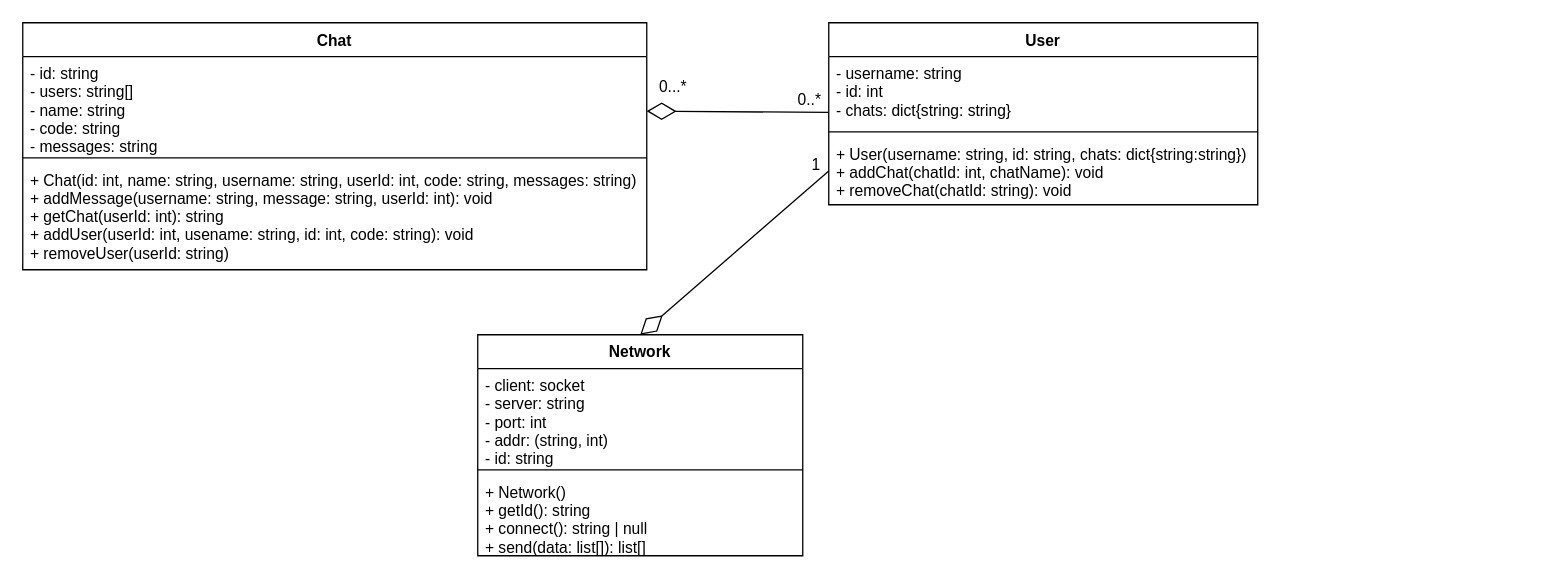
Before: ChatTogetherProject/UML/ClassDiagram.drawio in Mo27x/pyclan, a draw.io diagram. Source tidied: cells renumbered, new cells numbered last; positions are measured from the earlier drawing's top-left corner, leaving out a move shared by most shapes. Both pictures are drawn from the tidied source at 130%, with x=0, y=0 at pixel (22, 22).
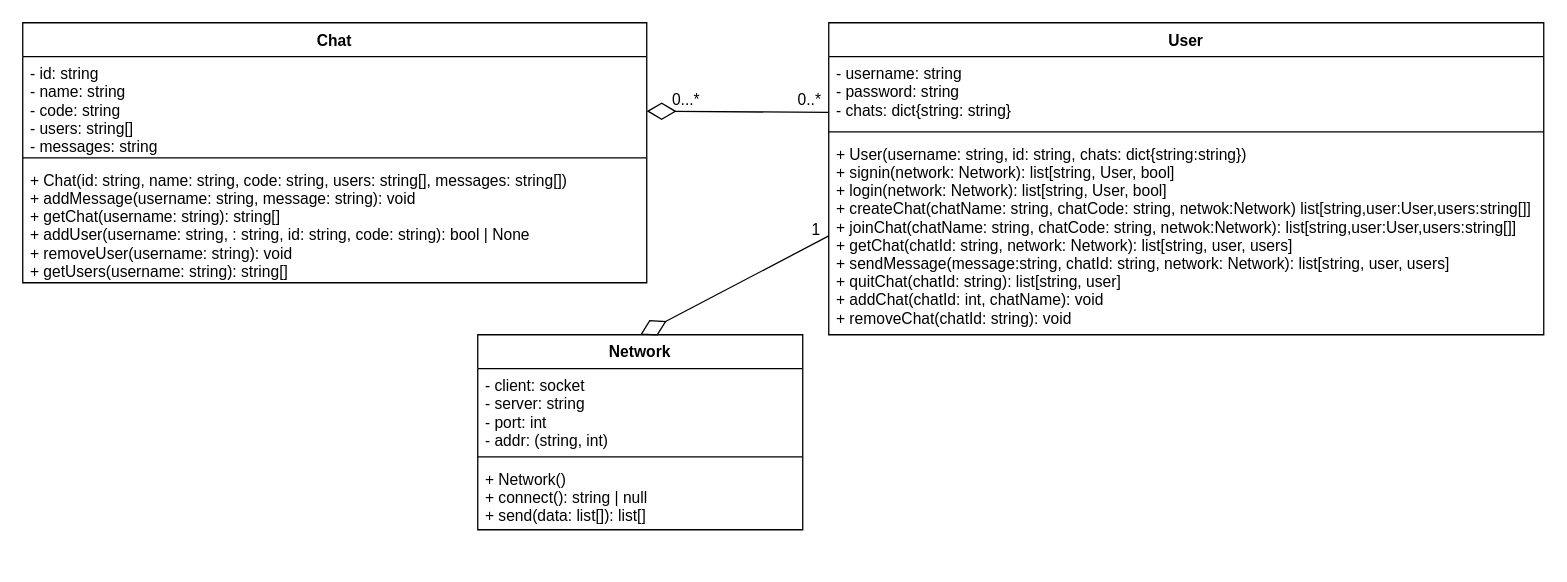
After the change.

What changed in the source:
```diff
@@
 <mxGraphModel>
   <root>
     <mxCell id="0" />
     <mxCell id="1" parent="0" />
     <mxCell id="2" value="User" style="swimlane;fontStyle=1;align=center;verticalAlign=top;horizontal=1;startSize=26;" parent="1" vertex="1">
-      <mxGeometry x="620" width="330" height="140" as="geometry" />
+      <mxGeometry x="620" width="550" height="240" as="geometry" />
     </mxCell>
-    <mxCell id="3" value="- username: string&#10;- id: int&#10;- chats: dict{string: string}" style="text;strokeColor=none;fillColor=none;align=left;verticalAlign=top;spacingLeft=4;spacingRight=4;overflow=hidden;" parent="2" vertex="1">
-      <mxGeometry y="26" width="330" height="54" as="geometry" />
+    <mxCell id="3" value="- username: string&#10;- password: string&#10;- chats: dict{string: string}" style="text;strokeColor=none;fillColor=none;align=left;verticalAlign=top;spacingLeft=4;spacingRight=4;overflow=hidden;" parent="2" vertex="1">
+      <mxGeometry y="26" width="550" height="54" as="geometry" />
     </mxCell>
     <mxCell id="4" style="line;strokeWidth=1;fillColor=none;align=left;verticalAlign=middle;spacingTop=-1;spacingLeft=3;spacingRight=3;labelPosition=right;" parent="2" vertex="1">
-      <mxGeometry y="80" width="330" height="8" as="geometry" />
+      <mxGeometry y="80" width="550" height="8" as="geometry" />
     </mxCell>
-    <mxCell id="5" value="+ User(username: string, id: string, chats: dict{string:string})&#10;+ addChat(chatId: int, chatName): void&#10;+ removeChat(chatId: string): void" style="text;strokeColor=none;fillColor=none;align=left;verticalAlign=top;spacingLeft=4;spacingRight=4;overflow=hidden;points=[[0,0.5],[1,0.5]];portConstraint=eastwest;" parent="2" vertex="1">
-      <mxGeometry y="88" width="330" height="52" as="geometry" />
+    <mxCell id="5" value="+ User(username: string, id: string, chats: dict{string:string})&#10;+ signin(network: Network): list[string, User, bool]&#10;+ login(network: Network): list[string, User, bool]&#10;+ createChat(chatName: string, chatCode: string, netwok:Network) list[string,user:User,users:string[]]&#10;+ joinChat(chatName: string, chatCode: string, netwok:Network): list[string,user:User,users:string[]]&#10;+ getChat(chatId: string, network: Network): list[string, user, users]&#10;+ sendMessage(message:string, chatId: string, network: Network): list[string, user, users]&#10;+ quitChat(chatId: string): list[string, user]&#10;+ addChat(chatId: int, chatName): void&#10;+ removeChat(chatId: string): void" style="text;strokeColor=none;fillColor=none;align=left;verticalAlign=top;spacingLeft=4;spacingRight=4;overflow=hidden;points=[[0,0.5],[1,0.5]];portConstraint=eastwest;" parent="2" vertex="1">
+      <mxGeometry y="88" width="550" height="152" as="geometry" />
     </mxCell>
     <mxCell id="6" value="Chat" style="swimlane;fontStyle=1;align=center;verticalAlign=top;horizontal=1;startSize=26;" parent="1" vertex="1">
-      <mxGeometry width="480" height="190" as="geometry" />
+      <mxGeometry width="480" height="200" as="geometry" />
     </mxCell>
-    <mxCell id="7" value="- id: string&#10;- users: string[]&#10;- name: string&#10;- code: string&#10;- messages: string" style="text;strokeColor=none;fillColor=none;align=left;verticalAlign=top;spacingLeft=4;spacingRight=4;overflow=hidden;" parent="6" vertex="1">
+    <mxCell id="7" value="- id: string&#10;- name: string&#10;- code: string&#10;- users: string[]&#10;- messages: string" style="text;strokeColor=none;fillColor=none;align=left;verticalAlign=top;spacingLeft=4;spacingRight=4;overflow=hidden;" parent="6" vertex="1">
       <mxGeometry y="26" width="480" height="74" as="geometry" />
     </mxCell>
     <mxCell id="8" style="line;strokeWidth=1;fillColor=none;align=left;verticalAlign=middle;spacingTop=-1;spacingLeft=3;spacingRight=3;labelPosition=right;" parent="6" vertex="1">
       <mxGeometry y="100" width="480" height="8" as="geometry" />
     </mxCell>
-    <mxCell id="9" value="+ Chat(id: int, name: string, username: string, userId: int, code: string, messages: string)&#10;+ addMessage(username: string, message: string, userId: int): void&#10;+ getChat(userId: int): string&#10;+ addUser(userId: int, usename: string, id: int, code: string): void&#10;+ removeUser(userId: string)" style="text;strokeColor=none;fillColor=none;align=left;verticalAlign=top;spacingLeft=4;spacingRight=4;overflow=hidden;" parent="6" vertex="1">
-      <mxGeometry y="108" width="480" height="82" as="geometry" />
+    <mxCell id="9" value="+ Chat(id: string, name: string, code: string, users: string[], messages: string[])&#10;+ addMessage(username: string, message: string): void&#10;+ getChat(username: string): string[]&#10;+ addUser(username: string, : string, id: string, code: string): bool | None&#10;+ removeUser(username: string): void&#10;+ getUsers(username: string): string[]" style="text;strokeColor=none;fillColor=none;align=left;verticalAlign=top;spacingLeft=4;spacingRight=4;overflow=hidden;" parent="6" vertex="1">
+      <mxGeometry y="108" width="480" height="92" as="geometry" />
     </mxCell>
     <mxCell id="10" value="Network" style="swimlane;fontStyle=1;align=center;verticalAlign=top;horizontal=1;startSize=26;" parent="1" vertex="1">
-      <mxGeometry x="350" y="240" width="250" height="170" as="geometry" />
+      <mxGeometry x="350" y="240" width="250" height="150" as="geometry" />
     </mxCell>
-    <mxCell id="11" value="- client: socket&#10;- server: string&#10;- port: int&#10;- addr: (string, int)&#10;- id: string" style="text;strokeColor=none;fillColor=none;align=left;verticalAlign=top;spacingLeft=4;spacingRight=4;overflow=hidden;" parent="10" vertex="1">
-      <mxGeometry y="26" width="250" height="74" as="geometry" />
+    <mxCell id="11" value="- client: socket&#10;- server: string&#10;- port: int&#10;- addr: (string, int)" style="text;strokeColor=none;fillColor=none;align=left;verticalAlign=top;spacingLeft=4;spacingRight=4;overflow=hidden;" parent="10" vertex="1">
+      <mxGeometry y="26" width="250" height="64" as="geometry" />
     </mxCell>
     <mxCell id="12" style="line;strokeWidth=1;fillColor=none;align=left;verticalAlign=middle;spacingTop=-1;spacingLeft=3;spacingRight=3;labelPosition=right;" parent="10" vertex="1">
-      <mxGeometry y="100" width="250" height="8" as="geometry" />
+      <mxGeometry y="90" width="250" height="8" as="geometry" />
     </mxCell>
-    <mxCell id="13" value="+ Network()&#10;+ getId(): string&#10;+ connect(): string | null&#10;+ send(data: list[]): list[]" style="text;strokeColor=none;fillColor=none;align=left;verticalAlign=top;spacingLeft=4;spacingRight=4;overflow=hidden;" parent="10" vertex="1">
-      <mxGeometry y="108" width="250" height="62" as="geometry" />
+    <mxCell id="13" value="+ Network()&#10;+ connect(): string | null&#10;+ send(data: list[]): list[]" style="text;strokeColor=none;fillColor=none;align=left;verticalAlign=top;spacingLeft=4;spacingRight=4;overflow=hidden;" parent="10" vertex="1">
+      <mxGeometry y="98" width="250" height="52" as="geometry" />
     </mxCell>
     <mxCell id="14" style="endArrow=none;html=1;exitX=0.5;exitY=0;exitDx=0;exitDy=0;entryX=0;entryY=0.5;entryDx=0;entryDy=0;endFill=0;startArrow=diamondThin;startFill=0;startSize=20;" parent="1" edge="1" source="10" target="5">
       <mxGeometry relative="1" as="geometry" />
     </mxCell>
     <mxCell id="15" style="endArrow=none;html=1;startSize=20;startArrow=diamondThin;startFill=0;" parent="1" edge="1">
       <mxGeometry relative="1" as="geometry">
         <mxPoint x="480" y="68" as="sourcePoint" />
         <mxPoint x="620" y="69" as="targetPoint" />
       </mxGeometry>
     </mxCell>
     <mxCell id="16" value="1" style="text;html=1;align=center;verticalAlign=middle;strokeColor=none;" parent="1" vertex="1">
-      <mxGeometry x="600" y="100" width="20" height="20" as="geometry" />
+      <mxGeometry x="600" y="150" width="20" height="20" as="geometry" />
     </mxCell>
     <mxCell id="17" value="0...*" style="text;html=1;align=center;verticalAlign=middle;strokeColor=none;" parent="1" vertex="1">
-      <mxGeometry x="480" y="40" width="40" height="20" as="geometry" />
+      <mxGeometry x="490" y="50" width="40" height="20" as="geometry" />
     </mxCell>
     <mxCell id="18" value="0..*" style="text;html=1;align=center;verticalAlign=middle;strokeColor=none;" parent="1" vertex="1">
       <mxGeometry x="590" y="50" width="30" height="20" as="geometry" />
     </mxCell>
   </root>
 </mxGraphModel>
```
